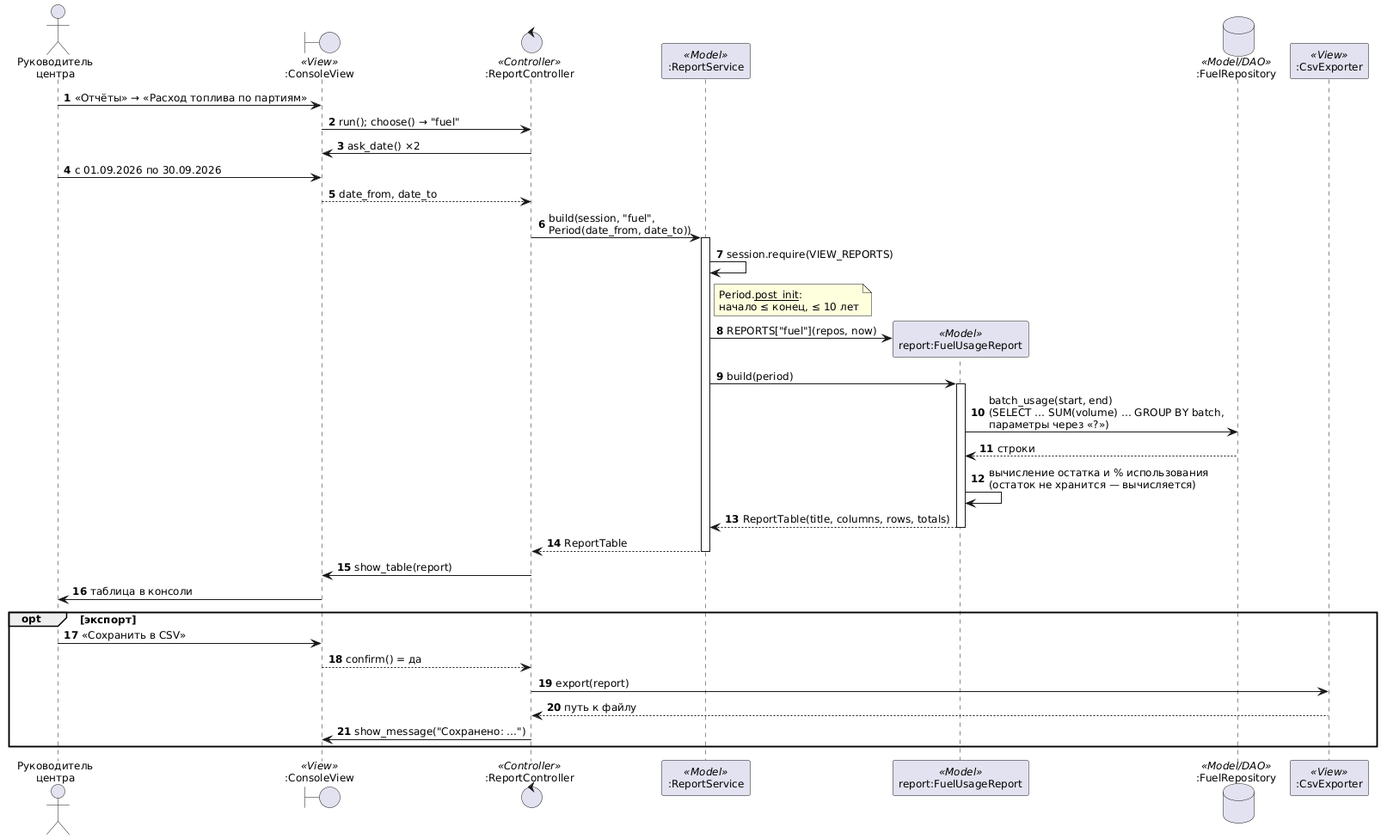
Before: docs/diagrams/uml/seq_report.png, a diagram exported from PlantUML (r3DBAD/SpaceCenter).
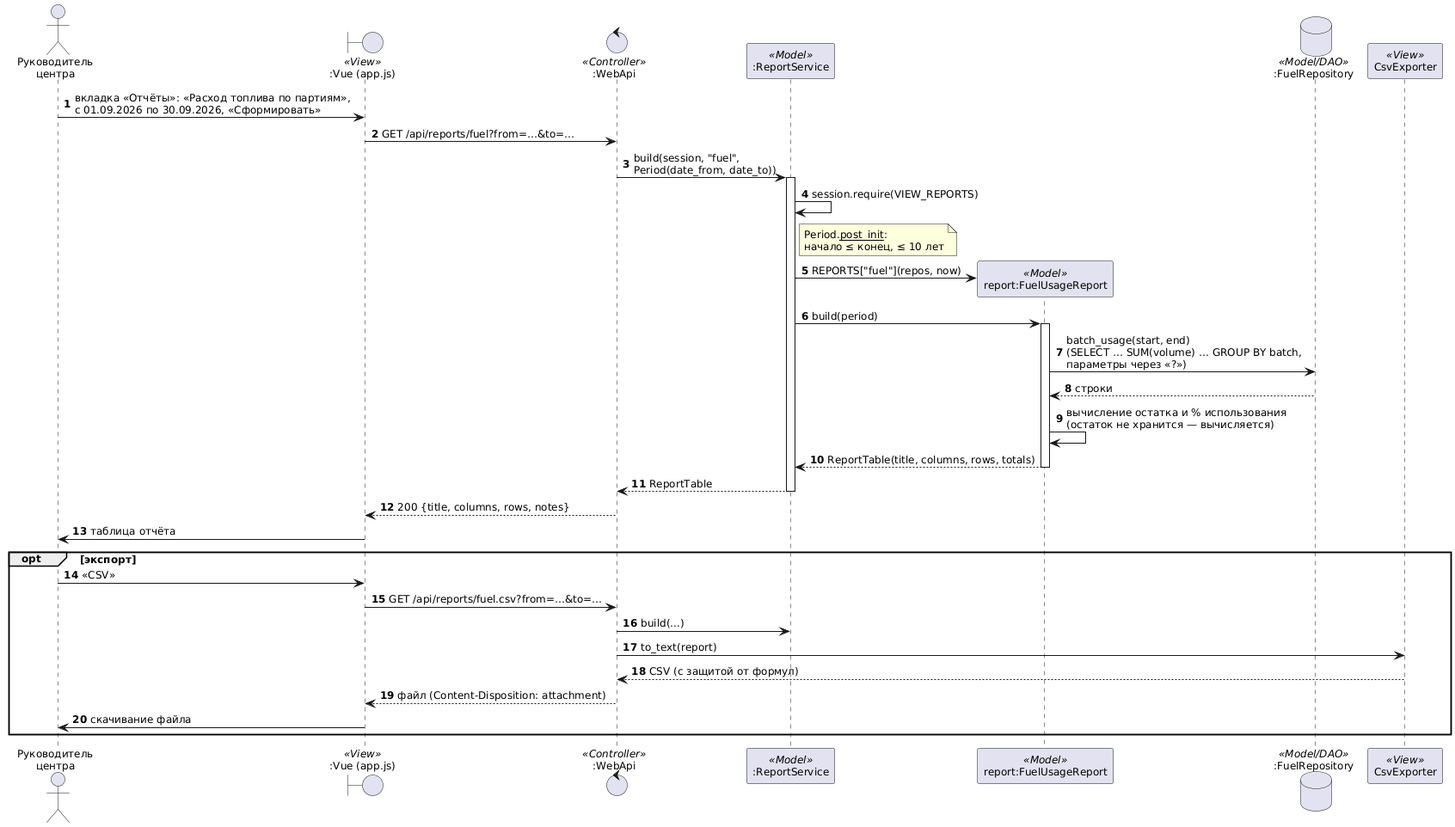
The same diagram one commit later.

What changed in the source:
```diff
@@ -6,18 +6,15 @@
 autonumber
 
 actor "Руководитель\nцентра" as U
-boundary ":ConsoleView" as V <<View>>
-control ":ReportController" as C <<Controller>>
+boundary ":Vue (app.js)" as V <<View>>
+control ":WebApi" as C <<Controller>>
 participant ":ReportService" as S <<Model>>
 participant "report:FuelUsageReport" as R <<Model>>
 database ":FuelRepository" as FR <<Model/DAO>>
-participant ":CsvExporter" as X <<View>>
+participant "CsvExporter" as X <<View>>
 
-U -> V : «Отчёты» → «Расход топлива по партиям»
-V -> C : run(); choose() → "fuel"
-C -> V : ask_date() ×2
-U -> V : с 01.09.2026 по 30.09.2026
-V --> C : date_from, date_to
+U -> V : вкладка «Отчёты»: «Расход топлива по партиям»,\nс 01.09.2026 по 30.09.2026, «Сформировать»
+V -> C : GET /api/reports/fuel?from=…&to=…
 C -> S : build(session, "fuel",\nPeriod(date_from, date_to))
 activate S
 S -> S : session.require(VIEW_REPORTS)
@@ -32,13 +29,15 @@
 deactivate R
 S --> C : ReportTable
 deactivate S
-C -> V : show_table(report)
-V -> U : таблица в консоли
+C --> V : 200 {title, columns, rows, notes}
+V -> U : таблица отчёта
 opt экспорт
-  U -> V : «Сохранить в CSV»
-  V --> C : confirm() = да
-  C -> X : export(report)
-  X --> C : путь к файлу
-  C -> V : show_message("Сохранено: …")
+  U -> V : «CSV»
+  V -> C : GET /api/reports/fuel.csv?from=…&to=…
+  C -> S : build(...)
+  C -> X : to_text(report)
+  X --> C : CSV (с защитой от формул)
+  C --> V : файл (Content-Disposition: attachment)
+  V -> U : скачивание файла
 end
 @enduml
```
